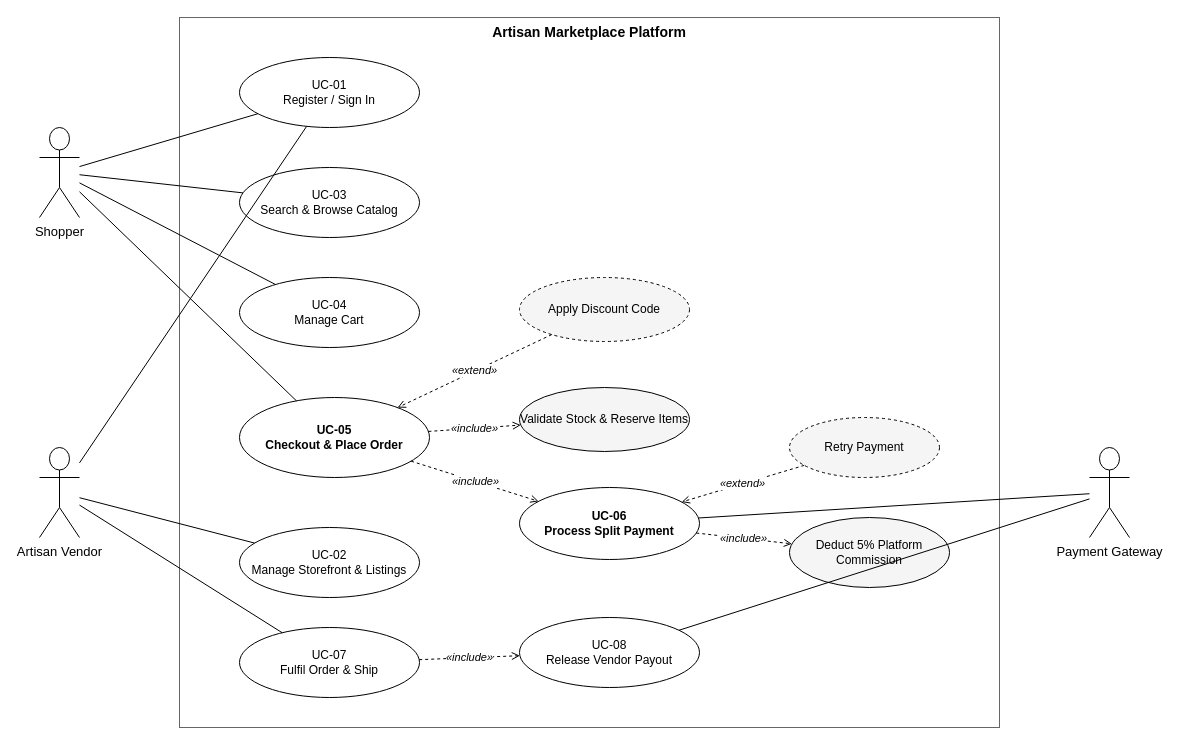
This is Lab1_Submission/UseCase_Diagram.drawio from Diya-R-Gowda/ExperientialLearning-SE_LAB, a draw.io file, before an edit. Source tidied: cells renumbered, new cells numbered last; positions are measured from the earlier drawing's top-left corner, leaving out a move shared by most shapes. Both pictures are drawn from the tidied source at 100%, with x=0, y=0 at pixel (39, 17).
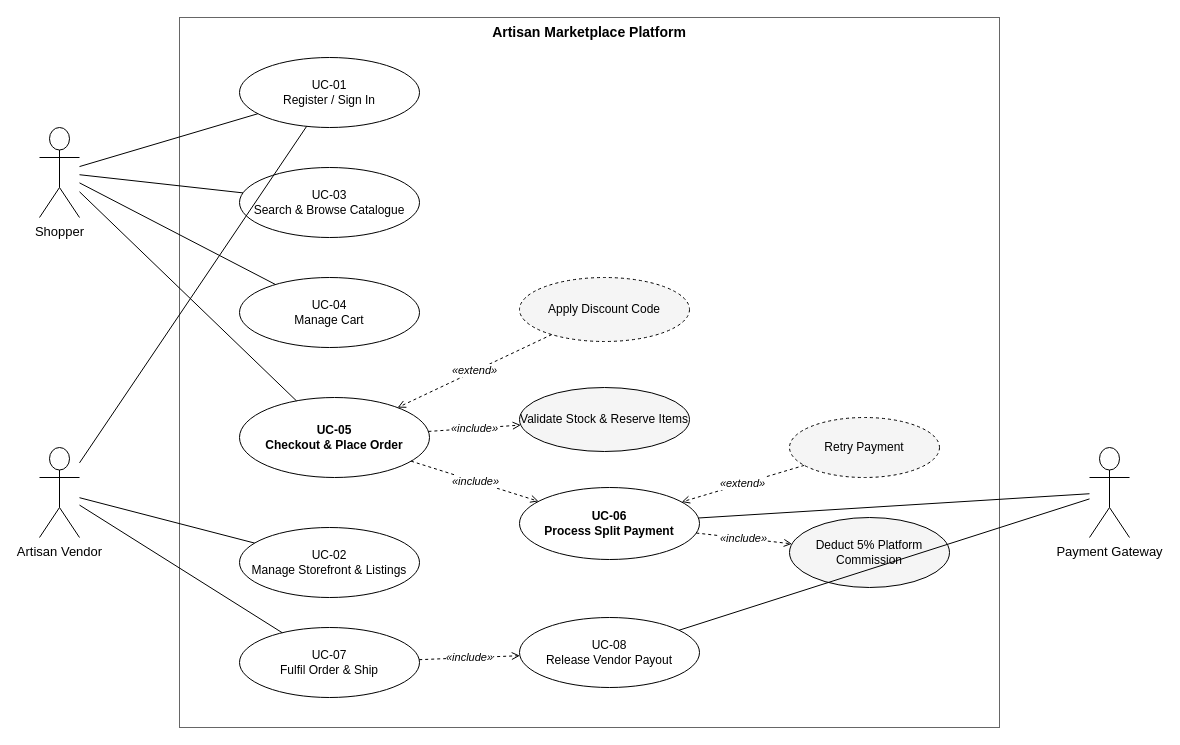
The same page after the edit.

The edit, as a diff of the source:
```diff
@@
-    <mxCell id="7" value="UC-03&#10;Search &amp; Browse Catalog" style="ellipse;whiteSpace=wrap;html=1;fontSize=12;fillColor=#ffffff;" parent="1" vertex="1">
+    <mxCell id="7" value="UC-03&#10;Search &amp; Browse Catalogue" style="ellipse;whiteSpace=wrap;html=1;fontSize=12;fillColor=#ffffff;" parent="1" vertex="1">
       <mxGeometry x="200" y="150" width="180" height="70" as="geometry" />
     </mxCell>
```
